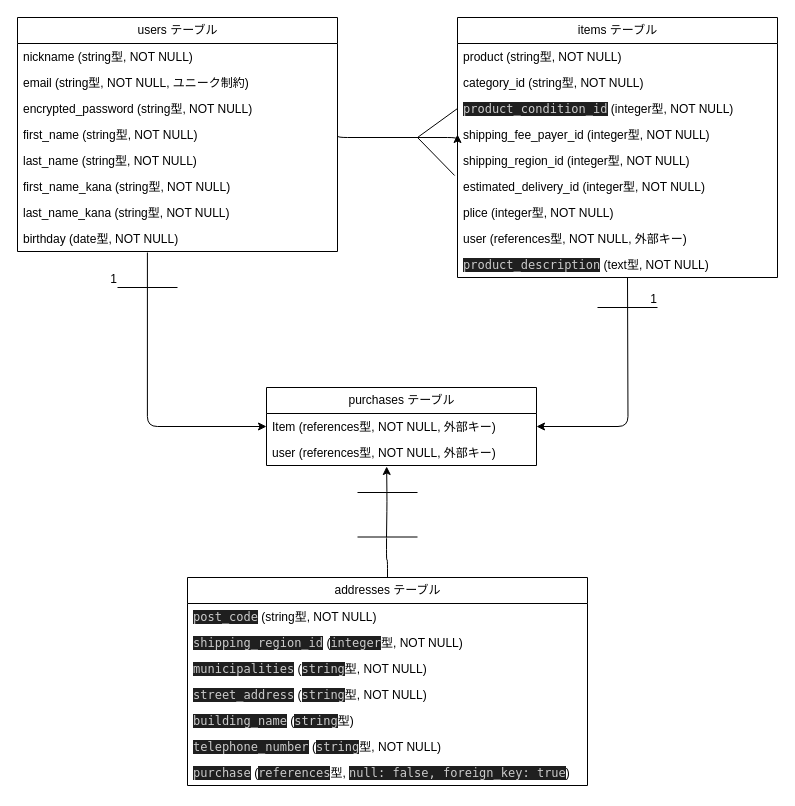
yasu-cr/furima-40130 keeps this draw.io diagram as furima.dio. Above is the earlier version. Source tidied: cells renumbered, new cells numbered last; positions are measured from the earlier drawing's top-left corner, leaving out a move shared by most shapes. Both pictures are drawn from the tidied source at 100%, with x=0, y=0 at pixel (17, 17).
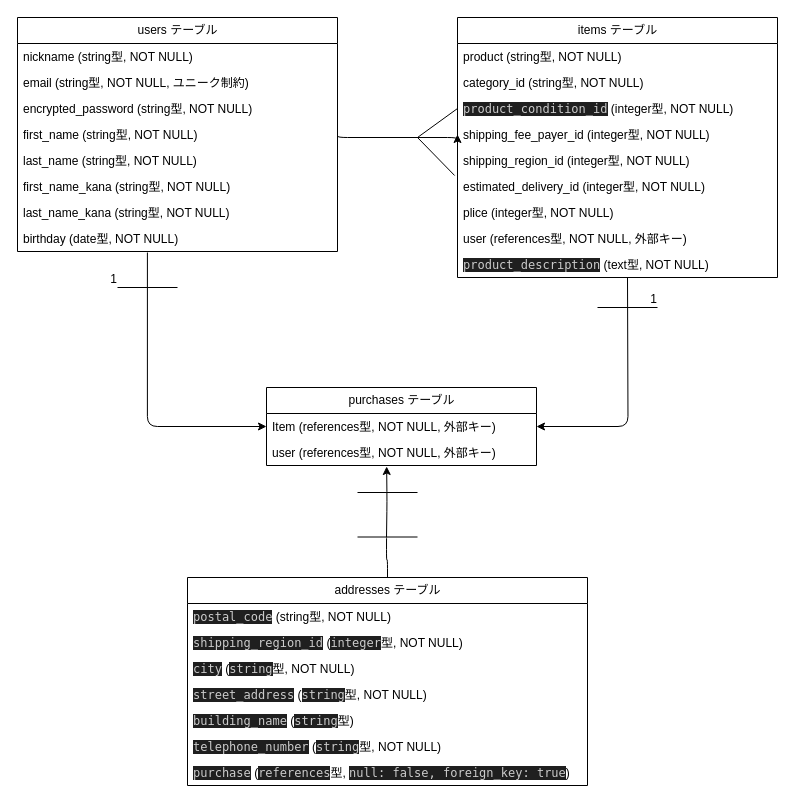
The same page after the edit.

Commit message (it also covers changes not shown here):
カラム名をわかりやすく変更

The change refers to these unchanged cells:
```xml
<mxCell id="33" value="&lt;span style=&quot;&quot;&gt;addresses テーブル&lt;/span&gt;" style="swimlane;fontStyle=0;horizontal=1;startSize=26;fillColor=none;html=1;" parent="1" vertex="1">
  <mxGeometry x="170" y="560" width="400" height="208" as="geometry" />
</mxCell>
```

The edit, as a diff of the source:
```diff
@@
-    <mxCell id="34" value="&lt;span style=&quot;background-color: rgb(31, 31, 31); color: rgb(204, 204, 204); font-family: Menlo, Monaco, &amp;quot;Courier New&amp;quot;, monospace;&quot;&gt;post_code&lt;/span&gt;&lt;span style=&quot;text-align: center;&quot;&gt;&amp;nbsp;(string型, NOT NULL)&lt;/span&gt;" style="text;strokeColor=none;fillColor=none;align=left;verticalAlign=top;spacingLeft=4;spacingRight=4;overflow=hidden;whiteSpace=wrap;html=1;" parent="33" vertex="1">
+    <mxCell id="34" value="&lt;span style=&quot;background-color: rgb(31, 31, 31); color: rgb(204, 204, 204); font-family: Menlo, Monaco, &amp;quot;Courier New&amp;quot;, monospace;&quot;&gt;postal_code&lt;/span&gt;&lt;span style=&quot;text-align: center;&quot;&gt;&amp;nbsp;(string型, NOT NULL)&lt;/span&gt;" style="text;strokeColor=none;fillColor=none;align=left;verticalAlign=top;spacingLeft=4;spacingRight=4;overflow=hidden;whiteSpace=wrap;html=1;" parent="33" vertex="1">
       <mxGeometry y="26" width="400" height="26" as="geometry" />
     </mxCell>
@@
-    <mxCell id="36" value="&lt;span style=&quot;background-color: rgb(31, 31, 31); color: rgb(204, 204, 204); font-family: Menlo, Monaco, &amp;quot;Courier New&amp;quot;, monospace;&quot;&gt;municipalities&lt;/span&gt;&lt;span style=&quot;text-align: center;&quot;&gt;&amp;nbsp;(&lt;/span&gt;&lt;span style=&quot;background-color: rgb(31, 31, 31); color: rgb(204, 204, 204); font-family: Menlo, Monaco, &amp;quot;Courier New&amp;quot;, monospace;&quot;&gt;string&lt;/span&gt;&lt;span style=&quot;text-align: center; background-color: initial;&quot;&gt;型, NOT NULL)&lt;/span&gt;" style="text;strokeColor=none;fillColor=none;align=left;verticalAlign=top;spacingLeft=4;spacingRight=4;overflow=hidden;whiteSpace=wrap;html=1;" parent="33" vertex="1">
+    <mxCell id="36" value="&lt;span style=&quot;background-color: rgb(31, 31, 31); color: rgb(204, 204, 204); font-family: Menlo, Monaco, &amp;quot;Courier New&amp;quot;, monospace;&quot;&gt;city&lt;/span&gt;&lt;span style=&quot;text-align: center;&quot;&gt;&amp;nbsp;(&lt;/span&gt;&lt;span style=&quot;background-color: rgb(31, 31, 31); color: rgb(204, 204, 204); font-family: Menlo, Monaco, &amp;quot;Courier New&amp;quot;, monospace;&quot;&gt;string&lt;/span&gt;&lt;span style=&quot;text-align: center; background-color: initial;&quot;&gt;型, NOT NULL)&lt;/span&gt;" style="text;strokeColor=none;fillColor=none;align=left;verticalAlign=top;spacingLeft=4;spacingRight=4;overflow=hidden;whiteSpace=wrap;html=1;" parent="33" vertex="1">
       <mxGeometry y="78" width="400" height="26" as="geometry" />
     </mxCell>
```
